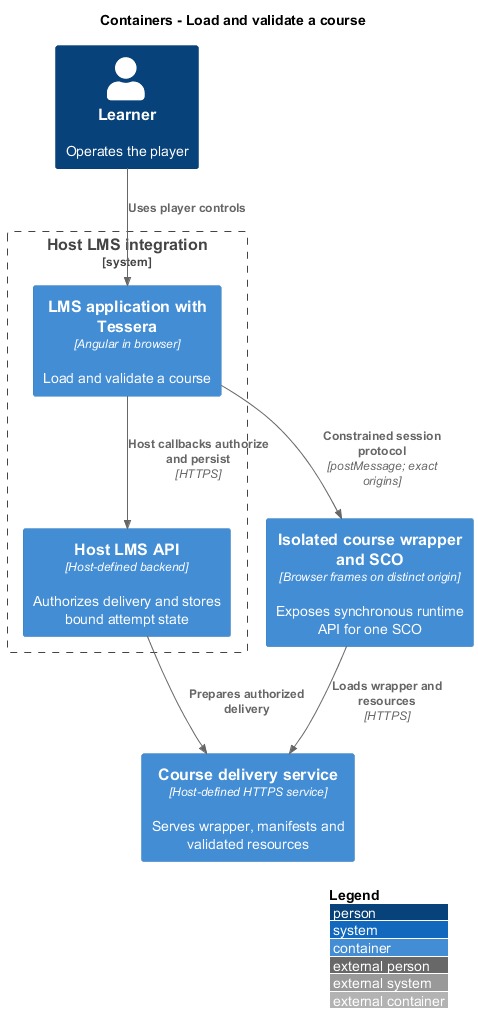
QuinntyneBrown/Tessera keeps this PlantUML diagram as docs/detailed-designs/scorm-player/load-course/diagrams/c4-container.png. Above is the earlier version. The source it was exported from:
```plantuml
@startuml
!include <C4/C4_Container>
LAYOUT_WITH_LEGEND()
title Containers - Load and validate a course

Person(learner, "Learner", "Operates the player")
System_Boundary(lms, "Host LMS integration") {
  Container(frontend, "LMS application with Tessera", "Angular in browser", "Load and validate a course")
  Container(api, "Host LMS API", "Host-defined backend", "Authorizes delivery and stores bound attempt state")
}
Container(course, "Isolated course wrapper and SCO", "Browser frames on distinct origin", "Exposes synchronous runtime API for one SCO")
Container(delivery, "Course delivery service", "Host-defined HTTPS service", "Serves wrapper, manifests and validated resources")
Rel(learner, frontend, "Uses player controls")
Rel(frontend, api, "Host callbacks authorize and persist", "HTTPS")
Rel(frontend, course, "Constrained session protocol", "postMessage; exact origins")
Rel(course, delivery, "Loads wrapper and resources", "HTTPS")
Rel(api, delivery, "Prepares authorized delivery")
@enduml
```
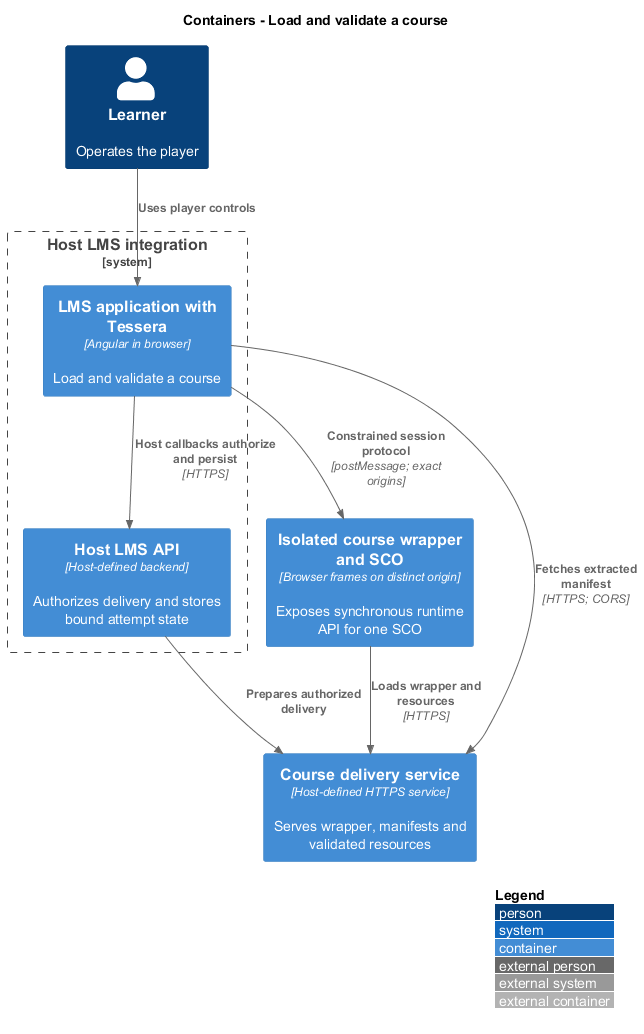
After the change.

Diff of the diagram source:
```diff
@@ -13,6 +13,7 @@
 Rel(learner, frontend, "Uses player controls")
 Rel(frontend, api, "Host callbacks authorize and persist", "HTTPS")
 Rel(frontend, course, "Constrained session protocol", "postMessage; exact origins")
+Rel(frontend, delivery, "Fetches extracted manifest", "HTTPS; CORS")
 Rel(course, delivery, "Loads wrapper and resources", "HTTPS")
 Rel(api, delivery, "Prepares authorized delivery")
 @enduml
```
